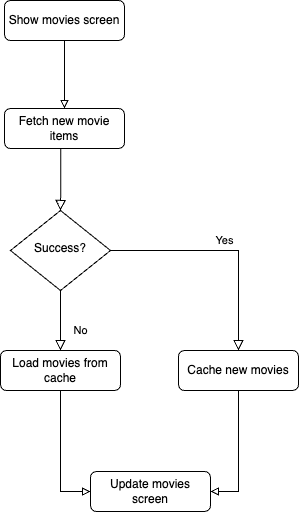
Before: movies_flowchart.png, a diagram exported from draw.io (amsow/moviesApp). Source tidied: cells renumbered, new cells last; positions are measured from the earlier drawing's top-left corner, leaving out a move shared by most shapes.
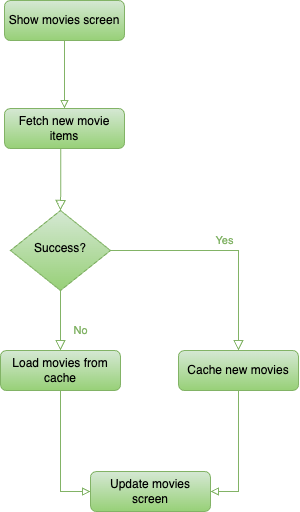
The same file after the commit.

Commit message:
Update the flowchart rendering on dark background

Diff of the diagram source:
```diff
@@ -2,44 +2,44 @@
   <root>
     <mxCell id="0" />
     <mxCell id="1" parent="0" />
-    <mxCell id="2" style="edgeStyle=orthogonalEdgeStyle;rounded=0;jettySize=auto;html=1;exitX=0.5;exitY=1;exitDx=0;exitDy=0;entryX=0.5;entryY=0;entryDx=0;entryDy=0;endArrow=block;endFill=0;" parent="1" edge="1" source="3" target="5">
+    <mxCell id="2" style="edgeStyle=orthogonalEdgeStyle;rounded=0;jettySize=auto;html=1;exitX=0.5;exitY=1;exitDx=0;exitDy=0;entryX=0.5;entryY=0;entryDx=0;entryDy=0;endArrow=block;endFill=0;fillColor=#d5e8d4;gradientColor=#97d077;strokeColor=#82b366;" parent="1" edge="1" source="3" target="5">
       <mxGeometry relative="1" as="geometry" />
     </mxCell>
-    <mxCell id="3" value="Show movies screen" style="rounded=1;whiteSpace=wrap;html=1;fontSize=12;glass=0;strokeWidth=1;shadow=0;" parent="1" vertex="1">
+    <mxCell id="3" value="Show movies screen" style="rounded=1;whiteSpace=wrap;html=1;fontSize=12;glass=0;strokeWidth=1;shadow=0;fillColor=#d5e8d4;gradientColor=#97d077;strokeColor=#82b366;" parent="1" vertex="1">
       <mxGeometry x="4" width="120" height="40" as="geometry" />
     </mxCell>
-    <mxCell id="4" style="rounded=0;html=1;jettySize=auto;fontSize=11;endArrow=block;endFill=0;endSize=8;strokeWidth=1;shadow=0;labelBackgroundColor=none;edgeStyle=orthogonalEdgeStyle;exitX=0.469;exitY=0.969;exitDx=0;exitDy=0;exitPerimeter=0;" parent="1" edge="1" source="5" target="8">
+    <mxCell id="4" style="rounded=0;html=1;jettySize=auto;fontSize=11;endArrow=block;endFill=0;endSize=8;strokeWidth=1;shadow=0;labelBackgroundColor=none;edgeStyle=orthogonalEdgeStyle;exitX=0.469;exitY=0.969;exitDx=0;exitDy=0;exitPerimeter=0;fillColor=#d5e8d4;gradientColor=#97d077;strokeColor=#82b366;" parent="1" edge="1" source="5" target="8">
       <mxGeometry y="20" relative="1" as="geometry" />
     </mxCell>
-    <mxCell id="5" value="Fetch new movie items" style="rounded=1;whiteSpace=wrap;html=1;fontSize=12;glass=0;strokeWidth=1;shadow=0;" parent="1" vertex="1">
+    <mxCell id="5" value="Fetch new movie items" style="rounded=1;whiteSpace=wrap;html=1;fontSize=12;glass=0;strokeWidth=1;shadow=0;fillColor=#d5e8d4;gradientColor=#97d077;strokeColor=#82b366;" parent="1" vertex="1">
       <mxGeometry x="4" y="108" width="120" height="40" as="geometry" />
     </mxCell>
-    <mxCell id="6" value="No" style="rounded=0;html=1;jettySize=auto;fontSize=11;endArrow=block;endFill=0;endSize=8;strokeWidth=1;shadow=0;labelBackgroundColor=none;edgeStyle=orthogonalEdgeStyle;" parent="1" edge="1" source="8" target="10">
+    <mxCell id="6" value="&lt;font color=&quot;#82b366&quot;&gt;No&lt;/font&gt;" style="rounded=0;html=1;jettySize=auto;fontSize=11;endArrow=block;endFill=0;endSize=8;strokeWidth=1;shadow=0;labelBackgroundColor=none;edgeStyle=orthogonalEdgeStyle;fillColor=#d5e8d4;gradientColor=#97d077;strokeColor=#82b366;" parent="1" edge="1" source="8" target="10">
       <mxGeometry x="0.33" y="20" relative="1" as="geometry" />
     </mxCell>
-    <mxCell id="7" value="Yes" style="edgeStyle=orthogonalEdgeStyle;rounded=0;html=1;jettySize=auto;fontSize=11;endArrow=block;endFill=0;endSize=8;strokeWidth=1;shadow=0;labelBackgroundColor=none;" parent="1" edge="1" source="8" target="12">
+    <mxCell id="7" value="&lt;font color=&quot;#82b366&quot;&gt;Yes&lt;/font&gt;" style="edgeStyle=orthogonalEdgeStyle;rounded=0;html=1;jettySize=auto;fontSize=11;endArrow=block;endFill=0;endSize=8;strokeWidth=1;shadow=0;labelBackgroundColor=none;fillColor=#d5e8d4;gradientColor=#97d077;strokeColor=#82b366;" parent="1" edge="1" source="8" target="12">
       <mxGeometry y="10" relative="1" as="geometry" />
     </mxCell>
-    <mxCell id="8" value="Success?" style="rhombus;whiteSpace=wrap;html=1;shadow=0;fontFamily=Helvetica;fontSize=12;align=center;strokeWidth=1;spacing=6;spacingTop=-4;" parent="1" vertex="1">
+    <mxCell id="8" value="Success?" style="rhombus;whiteSpace=wrap;html=1;shadow=0;fontFamily=Helvetica;fontSize=12;align=center;strokeWidth=1;spacing=6;spacingTop=-4;fillColor=#d5e8d4;gradientColor=#97d077;strokeColor=#82b366;" parent="1" vertex="1">
       <mxGeometry x="10" y="210" width="100" height="80" as="geometry" />
     </mxCell>
-    <mxCell id="9" style="edgeStyle=orthogonalEdgeStyle;rounded=0;jettySize=auto;html=1;entryX=0;entryY=0.5;entryDx=0;entryDy=0;endArrow=block;endFill=0;" parent="1" edge="1" source="10" target="13">
+    <mxCell id="9" style="edgeStyle=orthogonalEdgeStyle;rounded=0;jettySize=auto;html=1;entryX=0;entryY=0.5;entryDx=0;entryDy=0;endArrow=block;endFill=0;fillColor=#d5e8d4;gradientColor=#97d077;strokeColor=#82b366;" parent="1" edge="1" source="10" target="13">
       <mxGeometry relative="1" as="geometry" />
     </mxCell>
-    <mxCell id="10" value="Load movies from cache" style="rounded=1;whiteSpace=wrap;html=1;fontSize=12;glass=0;strokeWidth=1;shadow=0;" parent="1" vertex="1">
+    <mxCell id="10" value="Load movies from cache" style="rounded=1;whiteSpace=wrap;html=1;fontSize=12;glass=0;strokeWidth=1;shadow=0;fillColor=#d5e8d4;gradientColor=#97d077;strokeColor=#82b366;" parent="1" vertex="1">
       <mxGeometry y="350" width="120" height="40" as="geometry" />
     </mxCell>
-    <mxCell id="11" style="edgeStyle=orthogonalEdgeStyle;rounded=0;jettySize=auto;html=1;endArrow=block;endFill=0;" parent="1" edge="1" source="12" target="13">
+    <mxCell id="11" style="edgeStyle=orthogonalEdgeStyle;rounded=0;jettySize=auto;html=1;endArrow=block;endFill=0;fillColor=#d5e8d4;gradientColor=#97d077;strokeColor=#82b366;" parent="1" edge="1" source="12" target="13">
       <mxGeometry relative="1" as="geometry">
         <Array as="points">
           <mxPoint x="238" y="491" />
         </Array>
       </mxGeometry>
     </mxCell>
-    <mxCell id="12" value="Cache new movies" style="rounded=1;whiteSpace=wrap;html=1;fontSize=12;glass=0;strokeWidth=1;shadow=0;" parent="1" vertex="1">
+    <mxCell id="12" value="Cache new movies" style="rounded=1;whiteSpace=wrap;html=1;fontSize=12;glass=0;strokeWidth=1;shadow=0;fillColor=#d5e8d4;gradientColor=#97d077;strokeColor=#82b366;" parent="1" vertex="1">
       <mxGeometry x="178" y="350" width="120" height="40" as="geometry" />
     </mxCell>
-    <mxCell id="13" value="Update movies screen" style="rounded=1;whiteSpace=wrap;html=1;fontSize=12;glass=0;strokeWidth=1;shadow=0;" parent="1" vertex="1">
+    <mxCell id="13" value="Update movies screen" style="rounded=1;whiteSpace=wrap;html=1;fontSize=12;glass=0;strokeWidth=1;shadow=0;fillColor=#d5e8d4;gradientColor=#97d077;strokeColor=#82b366;" parent="1" vertex="1">
       <mxGeometry x="90" y="471" width="120" height="40" as="geometry" />
     </mxCell>
   </root>
```
